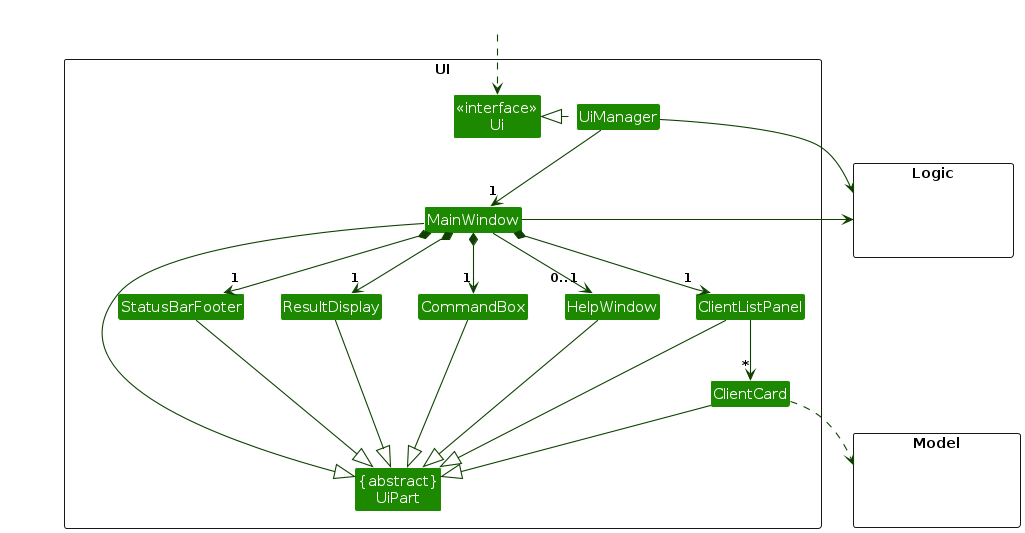
Above: diagrams/UiClassDiagram.png in AY2627S1-CS2103T-W14-4/tp (PlantUML), before the change. Its source is kept beside it as diagrams/UiClassDiagram.puml.
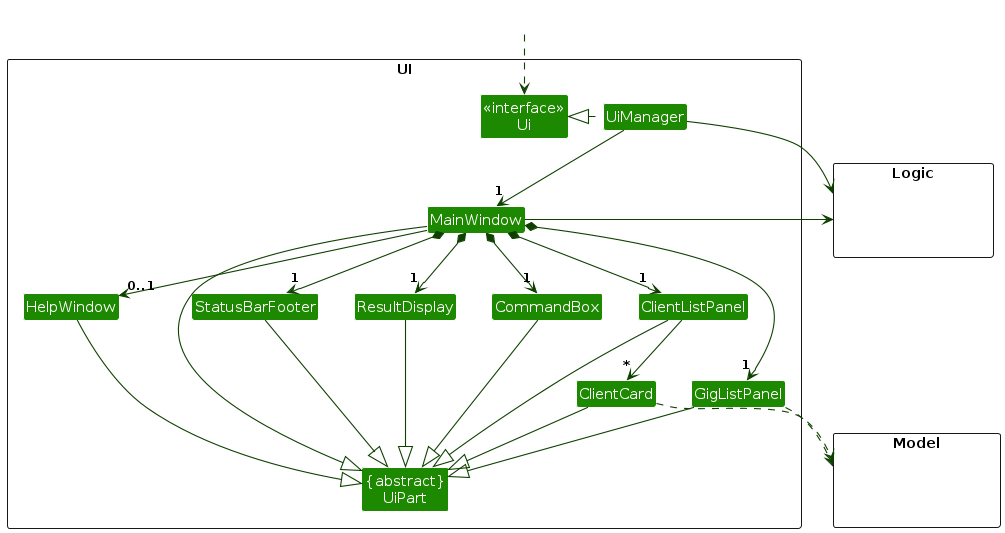
The same diagram one commit later.

Change to the diagram source:
```diff
@@ -13,6 +13,7 @@
 Class ResultDisplay
 Class ClientListPanel
 Class ClientCard
+Class GigListPanel
 Class StatusBarFooter
 Class CommandBox
 }
@@ -33,6 +34,7 @@
 MainWindow *-down->  "1" CommandBox
 MainWindow *-down-> "1" ResultDisplay
 MainWindow *-down-> "1" ClientListPanel
+MainWindow *-down-> "1" GigListPanel
 MainWindow *-down-> "1" StatusBarFooter
 MainWindow --> "0..1" HelpWindow
 
@@ -43,11 +45,13 @@
 ResultDisplay --|> UiPart
 CommandBox --|> UiPart
 ClientListPanel --|> UiPart
+GigListPanel --|> UiPart
 ClientCard --|> UiPart
 StatusBarFooter --|> UiPart
 HelpWindow --|> UiPart
 
 ClientCard ..> Model
+GigListPanel ..> Model
 UiManager -right-> Logic
 MainWindow -left-> Logic
 
```
